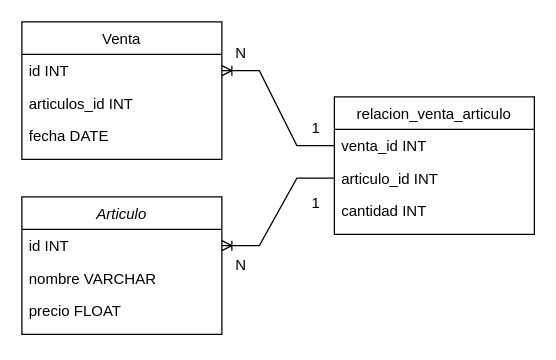
Above: Diagramas/Relacion.drawio in Haoen219/ProyectoFinal (draw.io), before the change. Source tidied: cells renumbered, new cells numbered last; positions are measured from the earlier drawing's top-left corner, leaving out a move shared by most shapes. Both pictures are drawn from the tidied source at 125%, with x=0, y=0 at pixel (21, 21).
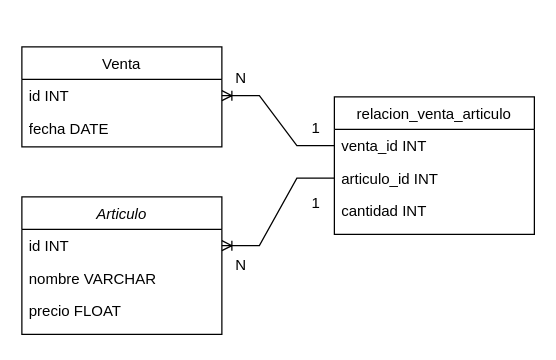
The same diagram, later.

Commit message (it also covers changes not shown here):
Corrección de diseño de tablas de relación.

The edit, as a diff of the source:
```diff
@@
 <mxGraphModel>
   <root>
     <mxCell id="0" />
     <mxCell id="1" parent="0" />
     <mxCell id="2" value="Articulo" style="swimlane;fontStyle=2;align=center;verticalAlign=top;horizontal=1;startSize=26;rounded=0;shadow=0;strokeWidth=1;" parent="1" vertex="1">
       <mxGeometry y="140" width="160" height="110" as="geometry" />
     </mxCell>
     <mxCell id="3" value="id INT" style="text;align=left;verticalAlign=top;spacingLeft=4;spacingRight=4;overflow=hidden;points=[[0,0.5],[1,0.5]];portConstraint=eastwest;" parent="2" vertex="1">
       <mxGeometry y="26" width="160" height="26" as="geometry" />
     </mxCell>
     <mxCell id="4" value="nombre VARCHAR" style="text;align=left;verticalAlign=top;spacingLeft=4;spacingRight=4;overflow=hidden;" parent="2" vertex="1">
       <mxGeometry y="52" width="160" height="26" as="geometry" />
     </mxCell>
     <mxCell id="5" value="precio FLOAT" style="text;align=left;verticalAlign=top;spacingLeft=4;spacingRight=4;overflow=hidden;rounded=0;shadow=0;html=0;" parent="2" vertex="1">
       <mxGeometry y="78" width="160" height="32" as="geometry" />
     </mxCell>
     <mxCell id="6" value="Venta" style="swimlane;fontStyle=0;align=center;verticalAlign=top;horizontal=1;startSize=26;rounded=0;shadow=0;strokeWidth=1;" parent="1" vertex="1">
-      <mxGeometry width="160" height="110" as="geometry" />
+      <mxGeometry y="20" width="160" height="80" as="geometry" />
     </mxCell>
     <mxCell id="7" value="id INT" style="text;align=left;verticalAlign=top;spacingLeft=4;spacingRight=4;overflow=hidden;points=[[0,0.5],[1,0.5]];portConstraint=eastwest;rounded=0;shadow=0;html=0;" parent="6" vertex="1">
       <mxGeometry y="26" width="160" height="26" as="geometry" />
     </mxCell>
-    <mxCell id="8" value="articulos_id INT" style="text;align=left;verticalAlign=top;spacingLeft=4;spacingRight=4;overflow=hidden;rounded=0;shadow=0;html=0;" parent="6" vertex="1">
-      <mxGeometry y="52" width="160" height="26" as="geometry" />
-    </mxCell>
     <mxCell id="9" value="fecha DATE" style="text;align=left;verticalAlign=top;spacingLeft=4;spacingRight=4;overflow=hidden;rounded=0;shadow=0;html=0;" parent="6" vertex="1">
-      <mxGeometry y="78" width="160" height="26" as="geometry" />
+      <mxGeometry y="52" width="160" height="26" as="geometry" />
     </mxCell>
     <mxCell id="10" value="relacion_venta_articulo" style="swimlane;fontStyle=0;align=center;verticalAlign=top;horizontal=1;startSize=26;rounded=0;shadow=0;strokeWidth=1;" parent="1" vertex="1">
       <mxGeometry x="250" y="60" width="160" height="110" as="geometry" />
     </mxCell>
     <mxCell id="11" value="venta_id INT" style="text;align=left;verticalAlign=top;spacingLeft=4;spacingRight=4;overflow=hidden;points=[[0,0.5],[1,0.5]];portConstraint=eastwest;rounded=0;shadow=0;html=0;" parent="10" vertex="1">
       <mxGeometry y="26" width="160" height="26" as="geometry" />
     </mxCell>
     <mxCell id="12" value="articulo_id INT" style="text;align=left;verticalAlign=top;spacingLeft=4;spacingRight=4;overflow=hidden;points=[[0,0.5],[1,0.5]];portConstraint=eastwest;rounded=0;shadow=0;html=0;" parent="10" vertex="1">
       <mxGeometry y="52" width="160" height="26" as="geometry" />
     </mxCell>
     <mxCell id="13" value="cantidad INT" style="text;align=left;verticalAlign=top;spacingLeft=4;spacingRight=4;overflow=hidden;rounded=0;shadow=0;html=0;" parent="10" vertex="1">
       <mxGeometry y="78" width="160" height="26" as="geometry" />
     </mxCell>
     <mxCell id="14" value="N" style="text;html=1;align=center;verticalAlign=middle;strokeColor=none;fillColor=none;" parent="1" vertex="1">
-      <mxGeometry x="160" y="10" width="30" height="30" as="geometry" />
+      <mxGeometry x="160" y="30" width="30" height="30" as="geometry" />
     </mxCell>
     <mxCell id="15" value="N" style="text;html=1;align=center;verticalAlign=middle;strokeColor=none;fillColor=none;" parent="1" vertex="1">
       <mxGeometry x="160" y="180" width="30" height="30" as="geometry" />
     </mxCell>
     <mxCell id="16" value="1" style="text;html=1;align=center;verticalAlign=middle;strokeColor=none;fillColor=none;" parent="1" vertex="1">
       <mxGeometry x="220" y="70" width="30" height="30" as="geometry" />
     </mxCell>
     <mxCell id="17" value="1" style="text;html=1;align=center;verticalAlign=middle;strokeColor=none;fillColor=none;" parent="1" vertex="1">
       <mxGeometry x="220" y="130" width="30" height="30" as="geometry" />
     </mxCell>
     <mxCell id="18" style="edgeStyle=entityRelationEdgeStyle;fontSize=12;html=1;endArrow=ERoneToMany;rounded=0;exitX=0;exitY=0.5;exitDx=0;exitDy=0;entryX=1;entryY=0.5;entryDx=0;entryDy=0;" parent="1" edge="1" source="12" target="3">
       <mxGeometry relative="1" as="geometry" />
     </mxCell>
     <mxCell id="19" style="edgeStyle=entityRelationEdgeStyle;fontSize=12;html=1;endArrow=ERoneToMany;rounded=0;entryX=1;entryY=0.5;entryDx=0;entryDy=0;exitX=0;exitY=0.5;exitDx=0;exitDy=0;" parent="1" edge="1" source="11" target="7">
       <mxGeometry relative="1" as="geometry" />
     </mxCell>
   </root>
 </mxGraphModel>
```
